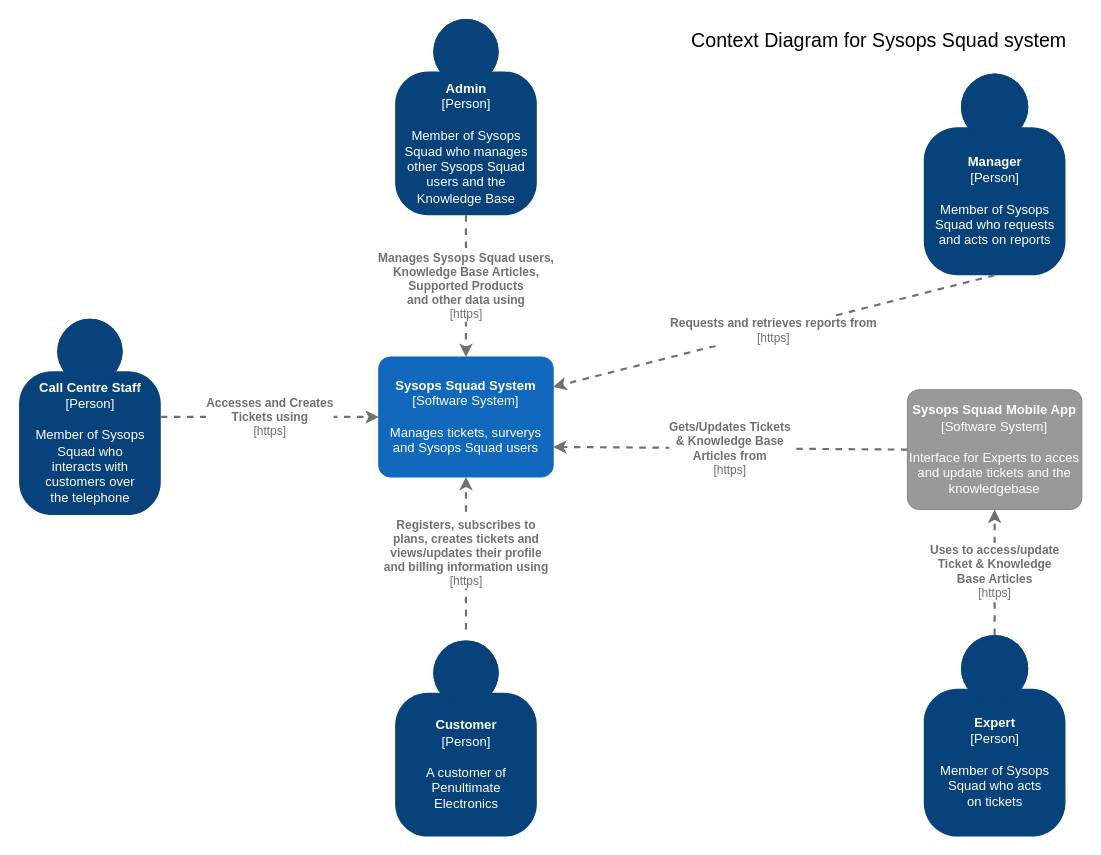
This is 3.ViewsAndPerspectives/infrastructure/images/ContextDiagram.drawio from tekiegirl/TheMadKatas, a draw.io file, before an edit. Source tidied: cells renumbered, new cells numbered last; positions are measured from the earlier drawing's top-left corner, leaving out a move shared by most shapes. Both pictures are drawn from the tidied source at 109%, with x=0, y=0 at pixel (19, 19).
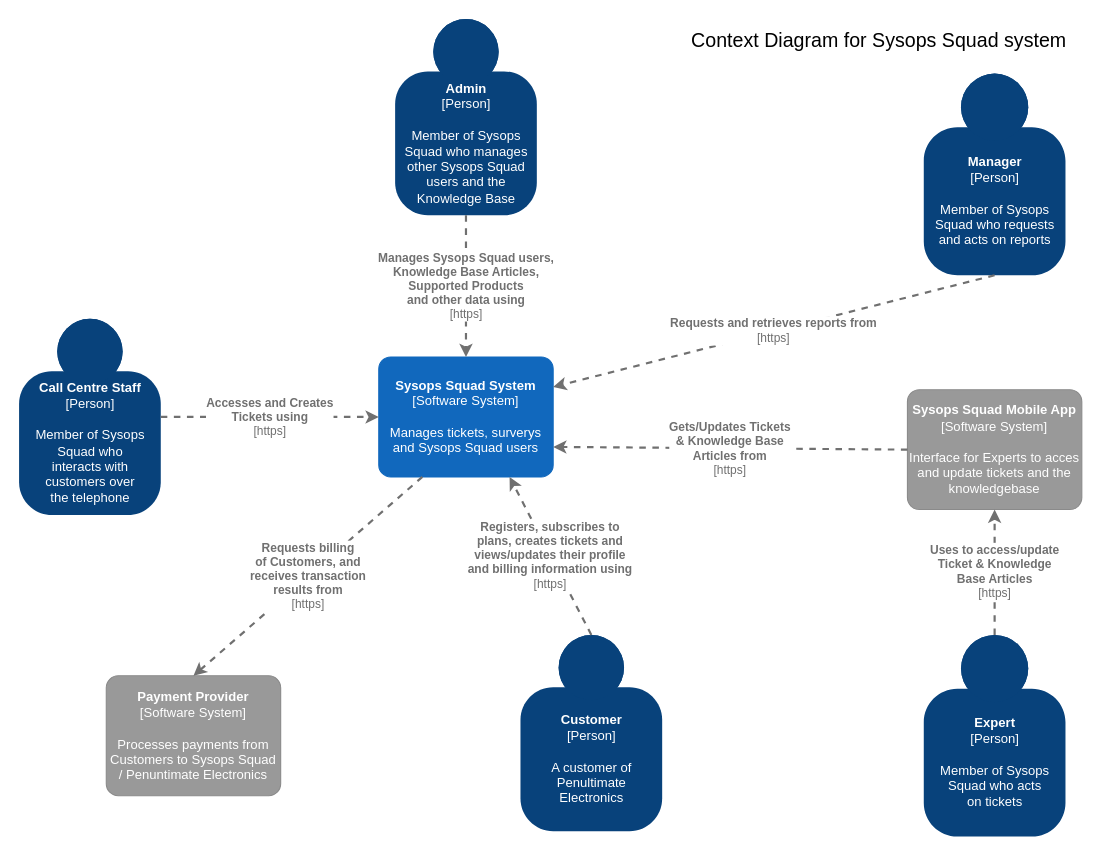
Above is the later version.

Commit message (it also covers changes not shown here):
Add payment provider to Context diagram

Unchanged cells that the change refers to:
```xml
<object id="3" label="&lt;b&gt;%c4Name%&lt;/b&gt;&lt;div&gt;[%c4Type%]&lt;/div&gt;&lt;br&gt;&lt;div&gt;%c4Description%&lt;/div&gt;" c4Description="Manages tickets, surverys and Sysops Squad users" c4Name="Sysops Squad System" c4Type="Software System" placeholders="1">
  <mxCell style="rounded=1;whiteSpace=wrap;html=1;labelBackgroundColor=none;fillColor=#1168BD;fontColor=#ffffff;align=center;arcSize=10;strokeColor=#1168BD;metaData={&quot;c4Type&quot;:{&quot;editable&quot;:false}};points=[[0.25,0,0],[0.5,0,0],[0.75,0,0],[1,0.25,0],[1,0.5,0],[1,0.75,0],[0.75,1,0],[0.5,1,0],[0.25,1,0],[0,0.75,0],[0,0.5,0],[0,0.25,0]];" parent="1" vertex="1">
    <mxGeometry x="330" y="310" width="160" height="110" as="geometry" />
  </mxCell>
</object>
```

The edit, as a diff of the source:
```diff
@@
     <object id="2" label="&lt;b&gt;%c4Name%&lt;/b&gt;&lt;div&gt;[%c4Type%]&lt;/div&gt;&lt;br&gt;&lt;div&gt;%c4Description%&lt;/div&gt;" c4Description="A customer of &#10;Penultimate &#10;Electronics" c4Name="Customer" c4Type="Person" placeholders="1">
       <mxCell style="html=1;dashed=0;whitespace=wrap;fillColor=#08427b;strokeColor=none;fontColor=#ffffff;shape=mxgraph.c4.person;align=center;points=[[0.5,0,0],[1,0.5,0],[1,0.75,0],[0.75,1,0],[0.5,1,0],[0.25,1,0],[0,0.75,0],[0,0.5,0]];metaData={&quot;c4Type&quot;:{&quot;editable&quot;:false}};" parent="1" vertex="1">
-        <mxGeometry x="345" y="570" width="130" height="180" as="geometry" />
+        <mxGeometry x="460" y="565" width="130" height="180" as="geometry" />
       </mxCell>
     </object>
@@
     <object id="8" label="&lt;div style=&quot;text-align: left&quot;&gt;&lt;div style=&quot;text-align: center&quot;&gt;&lt;b&gt;%c4Description%&lt;/b&gt;&lt;/div&gt;&lt;div style=&quot;text-align: center&quot;&gt;[%c4Technology%]&lt;/div&gt;&lt;/div&gt;" c4Description="Registers, subscribes to &#10;plans, creates tickets and &#10;views/updates their profile &#10;and billing information using" c4Technology="https" placeholders="1">
-      <mxCell style="edgeStyle=none;rounded=0;html=1;entryX=0.5;entryY=1;jettySize=auto;strokeColor=#707070;strokeWidth=2;fontColor=#707070;jumpStyle=none;dashed=1;metaData={&quot;c4Type&quot;:{&quot;editable&quot;:false}};exitX=0.5;exitY=0;exitDx=0;exitDy=0;exitPerimeter=0;entryDx=0;entryDy=0;entryPerimeter=0;" parent="1" edge="1" target="3">
-        <mxGeometry relative="1" as="geometry">
-          <mxPoint x="410" y="560" as="sourcePoint" />
-        </mxGeometry>
+      <mxCell style="edgeStyle=none;rounded=0;html=1;entryX=0.75;entryY=1;jettySize=auto;strokeColor=#707070;strokeWidth=2;fontColor=#707070;jumpStyle=none;dashed=1;metaData={&quot;c4Type&quot;:{&quot;editable&quot;:false}};exitX=0.5;exitY=0;exitDx=0;exitDy=0;exitPerimeter=0;entryDx=0;entryDy=0;entryPerimeter=0;" parent="1" edge="1" source="2" target="3">
+        <mxGeometry relative="1" as="geometry" />
       </mxCell>
     </object>
@@
+    <object id="16" label="&lt;b&gt;%c4Name%&lt;/b&gt;&lt;div&gt;[%c4Type%]&lt;/div&gt;&lt;br&gt;&lt;div&gt;%c4Description%&lt;/div&gt;" c4Description="Processes payments from Customers to Sysops Squad / Penuntimate Electronics" c4Name="Payment Provider" c4Type="Software System" placeholders="1">
+      <mxCell style="rounded=1;whiteSpace=wrap;html=1;labelBackgroundColor=none;fillColor=#999999;fontColor=#ffffff;align=center;arcSize=10;strokeColor=#8A8A8A;metaData={&quot;c4Type&quot;:{&quot;editable&quot;:false}};points=[[0.25,0,0],[0.5,0,0],[0.75,0,0],[1,0.25,0],[1,0.5,0],[1,0.75,0],[0.75,1,0],[0.5,1,0],[0.25,1,0],[0,0.75,0],[0,0.5,0],[0,0.25,0]];" parent="1" vertex="1">
+        <mxGeometry x="80" y="602.5" width="160" height="110" as="geometry" />
+      </mxCell>
+    </object>
+    <object id="17" label="&lt;div style=&quot;text-align: left&quot;&gt;&lt;div style=&quot;text-align: center&quot;&gt;&lt;b&gt;%c4Description%&lt;/b&gt;&lt;/div&gt;&lt;div style=&quot;text-align: center&quot;&gt;[%c4Technology%]&lt;/div&gt;&lt;/div&gt;" c4Description="Requests billing &#10;of Customers, and &#10;receives transaction &#10;results from" c4Technology="https" placeholders="1">
+      <mxCell style="edgeStyle=none;rounded=0;html=1;jettySize=auto;strokeColor=#707070;strokeWidth=2;fontColor=#707070;jumpStyle=none;dashed=1;metaData={&quot;c4Type&quot;:{&quot;editable&quot;:false}};exitX=0.25;exitY=1;exitDx=0;exitDy=0;exitPerimeter=0;entryX=0.5;entryY=0;entryDx=0;entryDy=0;entryPerimeter=0;" parent="1" edge="1" source="3" target="16">
+        <mxGeometry relative="1" as="geometry" />
+      </mxCell>
+    </object>
```
